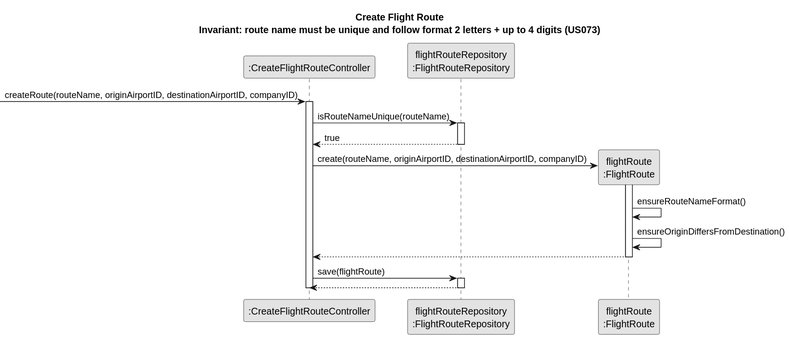
The PlantUML diagram docs/Sprint1/us_011/SD/images/svg/sd_flightroute.svg in 1240826/aisafe-flight-control, before a commit.
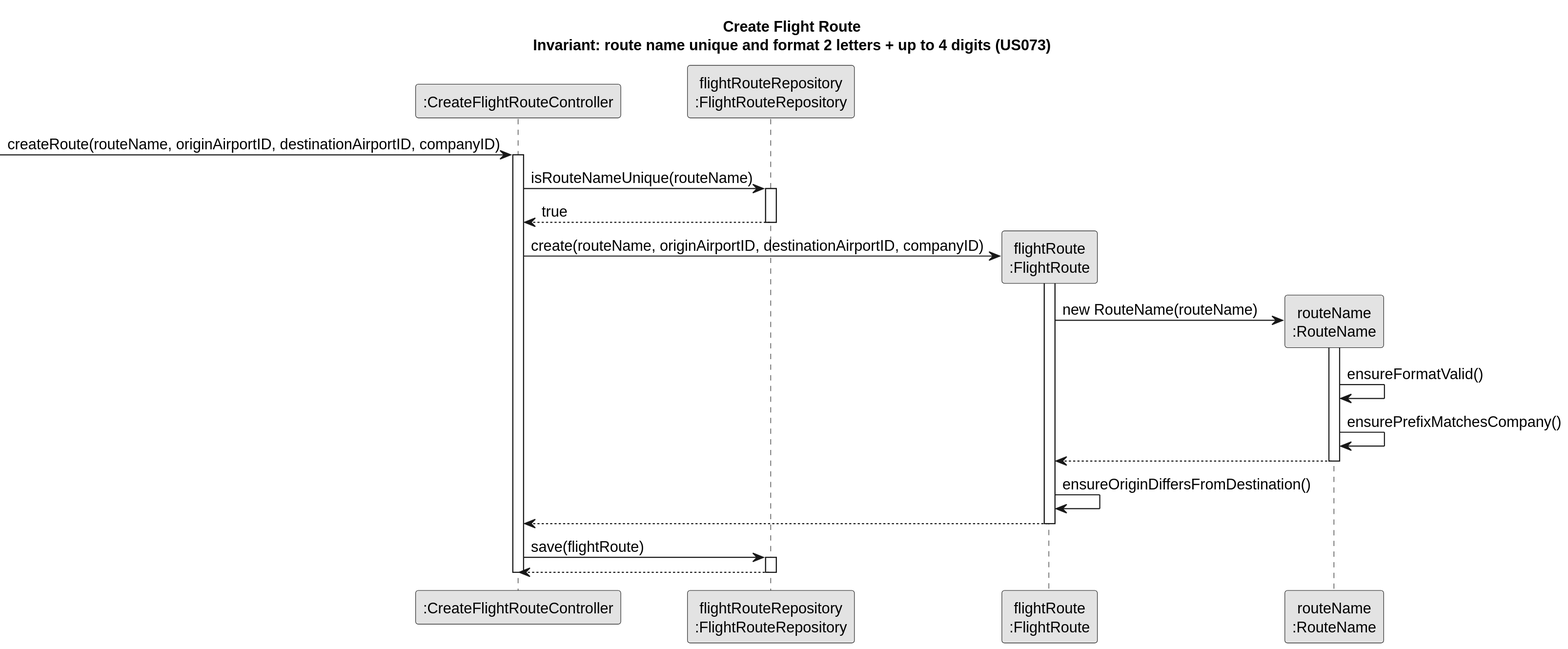
The same diagram one commit later.

The edit, as a diff of the source:
```diff
@@ -1,12 +1,15 @@
 @startuml
+skinparamlocked defaultFontSize 14
+skinparamlocked dpi 150
 skinparam monochrome true
 skinparam packageStyle rectangle
 skinparam shadowing false
-title Create Flight Route\nInvariant: route name must be unique and follow format 2 letters + up to 4 digits (US073)
+title Create Flight Route\nInvariant: route name unique and format 2 letters + up to 4 digits (US073)
 
 participant ":CreateFlightRouteController" as CTRL
 participant "flightRouteRepository\n:FlightRouteRepository" as REPO
 participant "flightRoute\n:FlightRoute" as FR
+participant "routeName\n:RouteName" as RN
 
 -> CTRL : createRoute(routeName, originAirportID, destinationAirportID, companyID)
 activate CTRL
@@ -18,7 +21,14 @@
 
 CTRL -> FR ** : create(routeName, originAirportID, destinationAirportID, companyID)
 activate FR
-FR -> FR : ensureRouteNameFormat()
+
+FR -> RN ** : new RouteName(routeName)
+activate RN
+RN -> RN : ensureFormatValid()
+RN -> RN : ensurePrefixMatchesCompany()
+RN --> FR :
+deactivate RN
+
 FR -> FR : ensureOriginDiffersFromDestination()
 FR --> CTRL :
 deactivate FR
```
